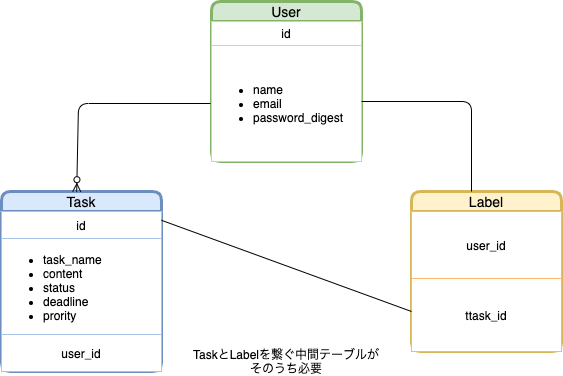
mo09e/task-manyo keeps this draw.io diagram as docs/ER_taskManyo_01.png. Above is the earlier version. Source tidied: cells renumbered, new cells last; positions are measured from the earlier drawing's top-left corner, leaving out a move shared by most shapes.
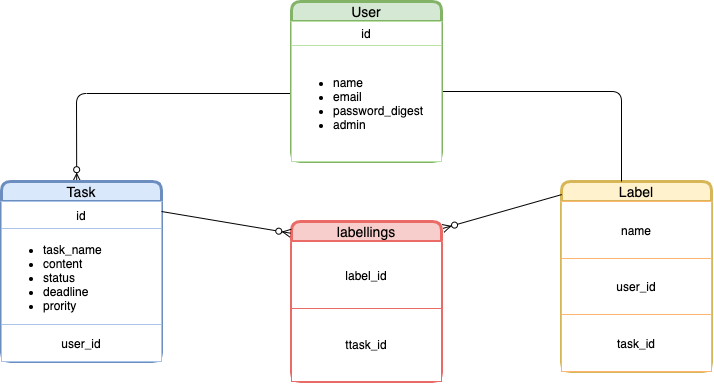
After the commit.

Diff of the diagram source:
```diff
@@ -2,8 +2,48 @@
   <root>
     <mxCell id="0" />
     <mxCell id="1" parent="0" />
+    <mxCell id="10" value="Label" style="swimlane;horizontal=1;startSize=20;rounded=1;fontSize=14;fontStyle=0;strokeWidth=3;shadow=0;dashed=0;align=center;fillColor=#fff2cc;strokeColor=#d6b656;" parent="1" vertex="1">
+      <mxGeometry x="410" y="190" width="150" height="190" as="geometry" />
+    </mxCell>
+    <mxCell id="26" style="shape=table;html=1;whiteSpace=wrap;startSize=0;strokeColor=#FFB570;" parent="10" vertex="1">
+      <mxGeometry y="20" width="150" height="170" as="geometry" />
+    </mxCell>
+    <mxCell id="27" style="shape=partialRectangle;html=1;whiteSpace=wrap;fillColor=none;top=0;left=0;bottom=0;right=0;" parent="26" vertex="1">
+      <mxGeometry width="150" height="57" as="geometry" />
+    </mxCell>
+    <mxCell id="28" value="name" style="shape=partialRectangle;html=1;whiteSpace=wrap;overflow=hidden;fillColor=none;top=0;left=0;bottom=0;right=0;" parent="27" vertex="1">
+      <mxGeometry width="150" height="57" as="geometry" />
+    </mxCell>
+    <mxCell id="29" style="shape=partialRectangle;html=1;whiteSpace=wrap;fillColor=none;top=0;left=0;bottom=0;right=0;" parent="26" vertex="1">
+      <mxGeometry y="57" width="150" height="56" as="geometry" />
+    </mxCell>
+    <mxCell id="13" value="user_id" style="shape=partialRectangle;html=1;whiteSpace=wrap;overflow=hidden;fillColor=none;top=0;left=0;bottom=0;right=0;" parent="29" vertex="1">
+      <mxGeometry width="150" height="56" as="geometry" />
+    </mxCell>
+    <mxCell id="30" style="shape=partialRectangle;html=1;whiteSpace=wrap;fillColor=none;top=0;left=0;bottom=0;right=0;" parent="26" vertex="1">
+      <mxGeometry y="113" width="150" height="57" as="geometry" />
+    </mxCell>
+    <mxCell id="31" value="task_id" style="shape=partialRectangle;html=1;whiteSpace=wrap;overflow=hidden;fillColor=none;top=0;left=0;bottom=0;right=0;" parent="30" vertex="1">
+      <mxGeometry width="150" height="57" as="geometry" />
+    </mxCell>
+    <mxCell id="23" style="endArrow=ERzeroToMany;html=1;entryX=0.47;entryY=0.001;entryDx=0;entryDy=0;endFill=1;entryPerimeter=0;" parent="1" edge="1" target="2">
+      <mxGeometry relative="1" as="geometry">
+        <mxPoint x="209" y="102" as="sourcePoint" />
+        <Array as="points">
+          <mxPoint x="-75" y="102" />
+        </Array>
+      </mxGeometry>
+    </mxCell>
+    <mxCell id="24" style="endArrow=none;html=1;entryX=0.4;entryY=0;entryDx=0;entryDy=0;entryPerimeter=0;" parent="1" edge="1" target="10">
+      <mxGeometry relative="1" as="geometry">
+        <mxPoint x="291" y="100" as="sourcePoint" />
+        <Array as="points">
+          <mxPoint x="470" y="100" />
+        </Array>
+      </mxGeometry>
+    </mxCell>
     <mxCell id="2" value="Task" style="swimlane;horizontal=1;startSize=20;rounded=1;fontSize=14;fontStyle=0;strokeWidth=3;shadow=0;dashed=0;align=center;fillColor=#dae8fc;strokeColor=#6c8ebf;" parent="1" vertex="1">
-      <mxGeometry y="190" width="160" height="180" as="geometry" />
+      <mxGeometry x="-150" y="190" width="160" height="180" as="geometry" />
     </mxCell>
     <mxCell id="3" style="shape=table;html=1;whiteSpace=wrap;startSize=0;strokeColor=#A9C4EB;" parent="2" vertex="1">
       <mxGeometry y="20" width="160" height="160" as="geometry" />
@@ -26,26 +66,8 @@
     <mxCell id="9" value="user_id" style="shape=partialRectangle;html=1;whiteSpace=wrap;overflow=hidden;fillColor=none;top=0;left=0;bottom=0;right=0;" parent="8" vertex="1">
       <mxGeometry width="160" height="37" as="geometry" />
     </mxCell>
-    <mxCell id="10" value="Label" style="swimlane;horizontal=1;startSize=20;rounded=1;fontSize=14;fontStyle=0;strokeWidth=3;shadow=0;dashed=0;align=center;fillColor=#fff2cc;strokeColor=#d6b656;" parent="1" vertex="1">
-      <mxGeometry x="410" y="190" width="150" height="160" as="geometry" />
-    </mxCell>
-    <mxCell id="11" style="shape=table;html=1;whiteSpace=wrap;startSize=0;strokeColor=#FFB570;" parent="10" vertex="1">
-      <mxGeometry y="20" width="150" height="140" as="geometry" />
-    </mxCell>
-    <mxCell id="12" style="shape=partialRectangle;html=1;whiteSpace=wrap;fillColor=none;top=0;left=0;bottom=0;right=0;" parent="11" vertex="1">
-      <mxGeometry width="150" height="67" as="geometry" />
-    </mxCell>
-    <mxCell id="13" value="user_id" style="shape=partialRectangle;html=1;whiteSpace=wrap;overflow=hidden;fillColor=none;top=0;left=0;bottom=0;right=0;" parent="12" vertex="1">
-      <mxGeometry width="150" height="67" as="geometry" />
-    </mxCell>
-    <mxCell id="14" style="shape=partialRectangle;html=1;whiteSpace=wrap;fillColor=none;top=0;left=0;bottom=0;right=0;" parent="11" vertex="1">
-      <mxGeometry y="67" width="150" height="73" as="geometry" />
-    </mxCell>
-    <mxCell id="15" value="&lt;div style=&quot;text-align: left&quot;&gt;ttask_id&lt;/div&gt;" style="shape=partialRectangle;html=1;whiteSpace=wrap;overflow=hidden;fillColor=none;top=0;left=0;bottom=0;right=0;" parent="14" vertex="1">
-      <mxGeometry width="150" height="73" as="geometry" />
-    </mxCell>
     <mxCell id="16" value="User" style="swimlane;horizontal=1;startSize=20;rounded=1;fontSize=14;fontStyle=0;strokeWidth=3;shadow=0;dashed=0;align=center;fillColor=#d5e8d4;strokeColor=#82b366;" parent="1" vertex="1">
-      <mxGeometry x="210" width="150" height="160" as="geometry" />
+      <mxGeometry x="140" y="10" width="150" height="160" as="geometry" />
     </mxCell>
     <mxCell id="17" style="shape=table;html=1;whiteSpace=wrap;startSize=0;strokeColor=#B9E0A5;" parent="16" vertex="1">
       <mxGeometry y="20" width="150" height="140" as="geometry" />
@@ -59,32 +81,34 @@
     <mxCell id="20" style="shape=partialRectangle;html=1;whiteSpace=wrap;fillColor=none;top=0;left=0;bottom=0;right=0;" parent="17" vertex="1">
       <mxGeometry y="24" width="150" height="116" as="geometry" />
     </mxCell>
-    <mxCell id="21" value="&lt;div&gt;&lt;ul&gt;&lt;li&gt;&lt;span&gt;name&lt;/span&gt;&lt;/li&gt;&lt;li&gt;&lt;span&gt;email&lt;/span&gt;&lt;/li&gt;&lt;li&gt;&lt;span&gt;password_digest&lt;/span&gt;&lt;/li&gt;&lt;/ul&gt;&lt;/div&gt;" style="shape=partialRectangle;html=1;whiteSpace=wrap;overflow=hidden;fillColor=none;top=0;left=0;bottom=0;right=0;align=left;" parent="20" vertex="1">
+    <mxCell id="21" value="&lt;div&gt;&lt;ul&gt;&lt;li&gt;&lt;span&gt;name&lt;/span&gt;&lt;/li&gt;&lt;li&gt;&lt;span&gt;email&lt;/span&gt;&lt;/li&gt;&lt;li&gt;&lt;span&gt;password_digest&lt;/span&gt;&lt;/li&gt;&lt;li&gt;&lt;span&gt;admin&lt;/span&gt;&lt;/li&gt;&lt;/ul&gt;&lt;/div&gt;" style="shape=partialRectangle;html=1;whiteSpace=wrap;overflow=hidden;fillColor=none;top=0;left=0;bottom=0;right=0;align=left;" parent="20" vertex="1">
       <mxGeometry width="150" height="116" as="geometry" />
     </mxCell>
-    <mxCell id="22" value="TaskとLabelを繋ぐ中間テーブルがそのうち必要" style="text;html=1;strokeColor=none;fillColor=none;align=center;verticalAlign=middle;whiteSpace=wrap;rounded=0;" parent="1" vertex="1">
-      <mxGeometry x="190" y="350" width="190" height="20" as="geometry" />
-    </mxCell>
-    <mxCell id="23" style="endArrow=ERzeroToMany;html=1;entryX=0.47;entryY=0.001;entryDx=0;entryDy=0;endFill=1;entryPerimeter=0;" parent="1" edge="1" target="2">
-      <mxGeometry relative="1" as="geometry">
-        <mxPoint x="209" y="102" as="sourcePoint" />
-        <Array as="points">
-          <mxPoint x="77" y="102" />
-        </Array>
-      </mxGeometry>
-    </mxCell>
-    <mxCell id="24" style="endArrow=none;html=1;entryX=0.4;entryY=0;entryDx=0;entryDy=0;entryPerimeter=0;" parent="1" edge="1" target="10">
-      <mxGeometry relative="1" as="geometry">
-        <mxPoint x="360" y="100" as="sourcePoint" />
-        <Array as="points">
-          <mxPoint x="470" y="100" />
-        </Array>
-      </mxGeometry>
-    </mxCell>
-    <mxCell id="25" style="endArrow=none;html=1;exitX=1;exitY=0.326;exitDx=0;exitDy=0;exitPerimeter=0;" parent="1" edge="1" source="4">
-      <mxGeometry relative="1" as="geometry">
-        <mxPoint x="410" y="310" as="targetPoint" />
-      </mxGeometry>
-    </mxCell>
+    <mxCell id="32" value="labellings" style="swimlane;horizontal=1;startSize=20;rounded=1;fontSize=14;fontStyle=0;strokeWidth=3;shadow=0;dashed=0;align=center;fillColor=#F8CECC;strokeColor=#EA6B66;" parent="1" vertex="1">
+      <mxGeometry x="140" y="230" width="150" height="160" as="geometry" />
+    </mxCell>
+    <mxCell id="33" style="shape=table;html=1;whiteSpace=wrap;startSize=0;strokeColor=#EA6B66;" parent="32" vertex="1">
+      <mxGeometry y="20" width="150" height="140" as="geometry" />
+    </mxCell>
+    <mxCell id="12" style="shape=partialRectangle;html=1;whiteSpace=wrap;fillColor=none;top=0;left=0;bottom=0;right=0;" parent="33" vertex="1">
+      <mxGeometry width="150" height="67" as="geometry" />
+    </mxCell>
+    <mxCell id="34" value="label_id" style="shape=partialRectangle;html=1;whiteSpace=wrap;overflow=hidden;fillColor=none;top=0;left=0;bottom=0;right=0;" parent="12" vertex="1">
+      <mxGeometry width="150" height="67" as="geometry" />
+    </mxCell>
+    <mxCell id="14" style="shape=partialRectangle;html=1;whiteSpace=wrap;fillColor=none;top=0;left=0;bottom=0;right=0;" parent="33" vertex="1">
+      <mxGeometry y="67" width="150" height="73" as="geometry" />
+    </mxCell>
+    <mxCell id="15" value="&lt;div style=&quot;text-align: left&quot;&gt;ttask_id&lt;/div&gt;" style="shape=partialRectangle;html=1;whiteSpace=wrap;overflow=hidden;fillColor=none;top=0;left=0;bottom=0;right=0;" parent="14" vertex="1">
+      <mxGeometry width="150" height="73" as="geometry" />
+    </mxCell>
+    <mxCell id="35" style="fontSize=12;html=1;endArrow=ERzeroToMany;startArrow=none;entryX=-0.006;entryY=0.073;entryDx=0;entryDy=0;entryPerimeter=0;startFill=0;" parent="1" edge="1" target="32">
+      <mxGeometry relative="1" as="geometry">
+        <mxPoint x="10" y="220" as="sourcePoint" />
+      </mxGeometry>
+    </mxCell>
+    <mxCell id="36" style="endArrow=ERzeroToMany;html=1;rounded=0;endFill=1;exitX=0.001;exitY=0.069;exitDx=0;exitDy=0;exitPerimeter=0;entryX=1.01;entryY=0.043;entryDx=0;entryDy=0;entryPerimeter=0;" parent="1" edge="1" source="10" target="32">
+      <mxGeometry relative="1" as="geometry" />
+    </mxCell>
   </root>
 </mxGraphModel>
```
